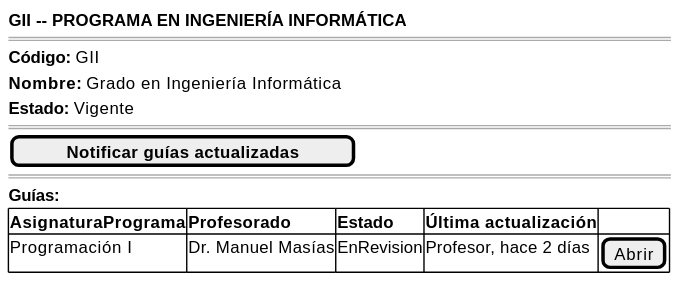
Above: images/RUP/01-requisitos/03-detalle-casos-uso/abrirPrograma/wireframe-porDirectorPrograma.svg in mmasias/pyCeldaPublico (PlantUML), before the change.
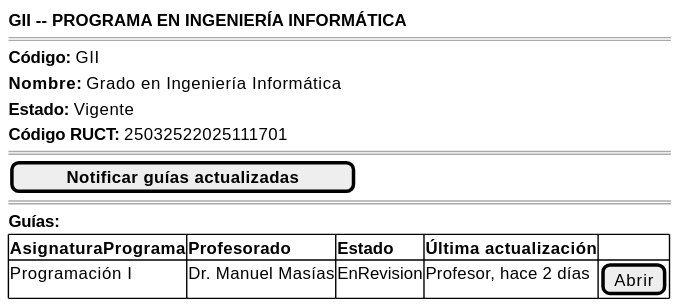
The same file after the commit.

Change to the diagram source:
```diff
@@ -5,6 +5,7 @@
     <b>Código:</b> GII
     <b>Nombre:</b> Grado en Ingeniería Informática
     <b>Estado:</b> Vigente
+    <b>Código RUCT:</b> 25032522025111701
     ====
     [ <b>Notificar guías actualizadas</b> ]
     ====
```
